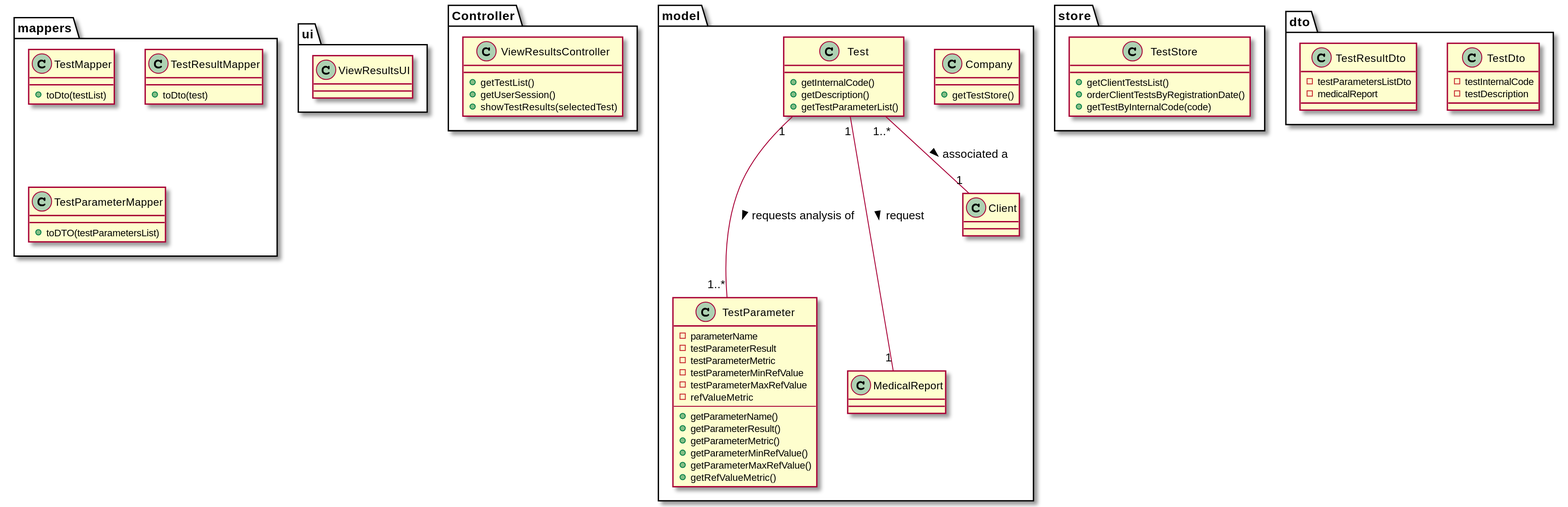
The PlantUML diagram docs/SprintD/US01/US1_CD.svg in manu-07-ela/LAPR2_ISEP, before a commit. The source it was exported from:
```plantuml
@startuml


package ui {
class ViewResultsUI{}
}

package Controller{
class ViewResultsController{
+getTestList()
+getUserSession()
+showTestResults(selectedTest)
}
}

package model{
class Company{
+getTestStore()
}
class Test{
+getInternalCode()
+getDescription()
+getTestParameterList()
}
class TestParameter{
-parameterName
-testParameterResult
-testParameterMetric
-testParameterMinRefValue
-testParameterMaxRefValue
-refValueMetric
--
+getParameterName()
+getParameterResult()
+getParameterMetric()
+getParameterMinRefValue()
+getParameterMaxRefValue()
+getRefValueMetric()
}
class MedicalReport{}
class Client{}
}



package store{
class TestStore{
+getClientTestsList()
+orderClientTestsByRegistrationDate()
+getTestByInternalCode(code)
}
}

package mappers{
class TestMapper{
+toDto(testList)
}
class TestResultMapper{
+toDto(test)
}
class TestParameterMapper {
+toDTO(testParametersList)
}
}


package dto{
class TestDto{
-testInternalCode
-testDescription
}
class TestResultDto{
-testParametersListDto
-medicalReport
}
}


Test "1..*" -- "1" Client : associated a >
Test "1" ---"1" MedicalReport : request >
Test "1" ---"1..*" TestParameter : requests analysis of >





@enduml
```
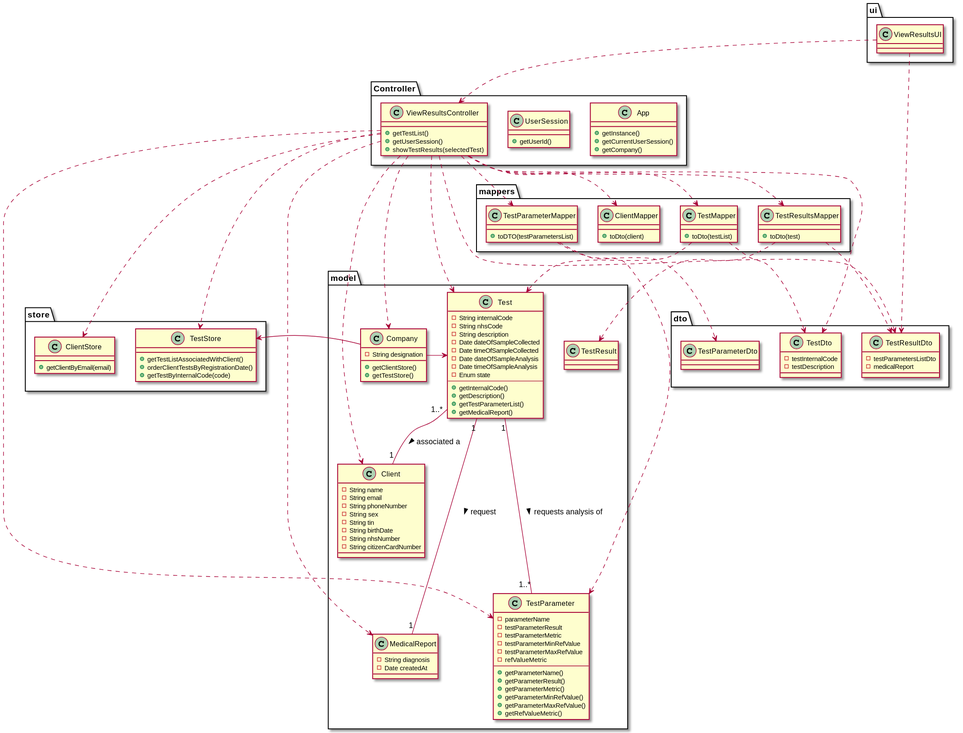
Above is the later version.

Commit message:
US17 - Fixing a problem with date

Change to the diagram source:
```diff
@@ -5,7 +5,16 @@
 class ViewResultsUI{}
 }
 
+
 package Controller{
+class App{
++getInstance()
++getCurrentUserSession()
++getCompany()
+}
+class UserSession{
++getUserId()
+}
 class ViewResultsController{
 +getTestList()
 +getUserSession()
@@ -13,15 +22,29 @@
 }
 }
 
+
 package model{
 class Company{
+- String designation
++getClientStore()
 +getTestStore()
 }
 class Test{
+-String internalCode
+-String nhsCode
+-String description
+-Date dateOfSampleCollected
+-Date timeOfSampleCollected
+-Date dateOfSampleAnalysis
+-Date timeOfSampleAnalysis
+-Enum state
+--
 +getInternalCode()
 +getDescription()
 +getTestParameterList()
++getMedicalReport()
 }
+class TestResult{}
 class TestParameter{
 -parameterName
 -testParameterResult
@@ -37,29 +60,47 @@
 +getParameterMaxRefValue()
 +getRefValueMetric()
 }
-class MedicalReport{}
-class Client{}
+class MedicalReport{
+-String diagnosis
+-Date createdAt
 }
-
+class Client{
+- String name
+- String email
+- String phoneNumber
+- String sex
+- String tin
+- String birthDate
+- String nhsNumber
+- String citizenCardNumber
+}
+}
 
 
 package store{
 class TestStore{
-+getClientTestsList()
++getTestListAssociatedWithClient()
 +orderClientTestsByRegistrationDate()
 +getTestByInternalCode(code)
 }
+class ClientStore{
++getClientByEmail(email)
 }
+}
+
 
 package mappers{
 class TestMapper{
 +toDto(testList)
 }
-class TestResultMapper{
+class TestResultsMapper{
 +toDto(test)
 }
 class TestParameterMapper {
 +toDTO(testParametersList)
+}
+class ClientMapper{
++toDto(client)
 }
 }
 
@@ -73,6 +114,7 @@
 -testParametersListDto
 -medicalReport
 }
+class TestParameterDto{}
 }
 
 
@@ -80,6 +122,36 @@
 Test "1" ---"1" MedicalReport : request >
 Test "1" ---"1..*" TestParameter : requests analysis of >
 
+ViewResultsUI ..> ViewResultsController
+ViewResultsUI ..> TestResultDto
+
+ViewResultsController ..> TestMapper
+ViewResultsController ..> TestResultsMapper
+ViewResultsController ..> TestParameterMapper
+ViewResultsController ..> ClientMapper
+ViewResultsController ..> TestDto
+ViewResultsController ..> TestResultDto
+ViewResultsController ..> TestStore
+ViewResultsController ..> ClientStore
+ViewResultsController ..> Company
+ViewResultsController ..> Test
+ViewResultsController ..> TestParameter
+ViewResultsController ..> MedicalReport
+ViewResultsController ..> Client
+
+Company -> Test
+Company -> TestStore
+
+TestMapper ..> TestDto
+TestMapper ..> Test
+
+TestResultsMapper ..> TestResultDto
+TestResultsMapper ..> TestResult
+
+TestParameterMapper ..> TestParameterDto
+TestParameterMapper ..> TestParameter
+
+
 
 
 
```
